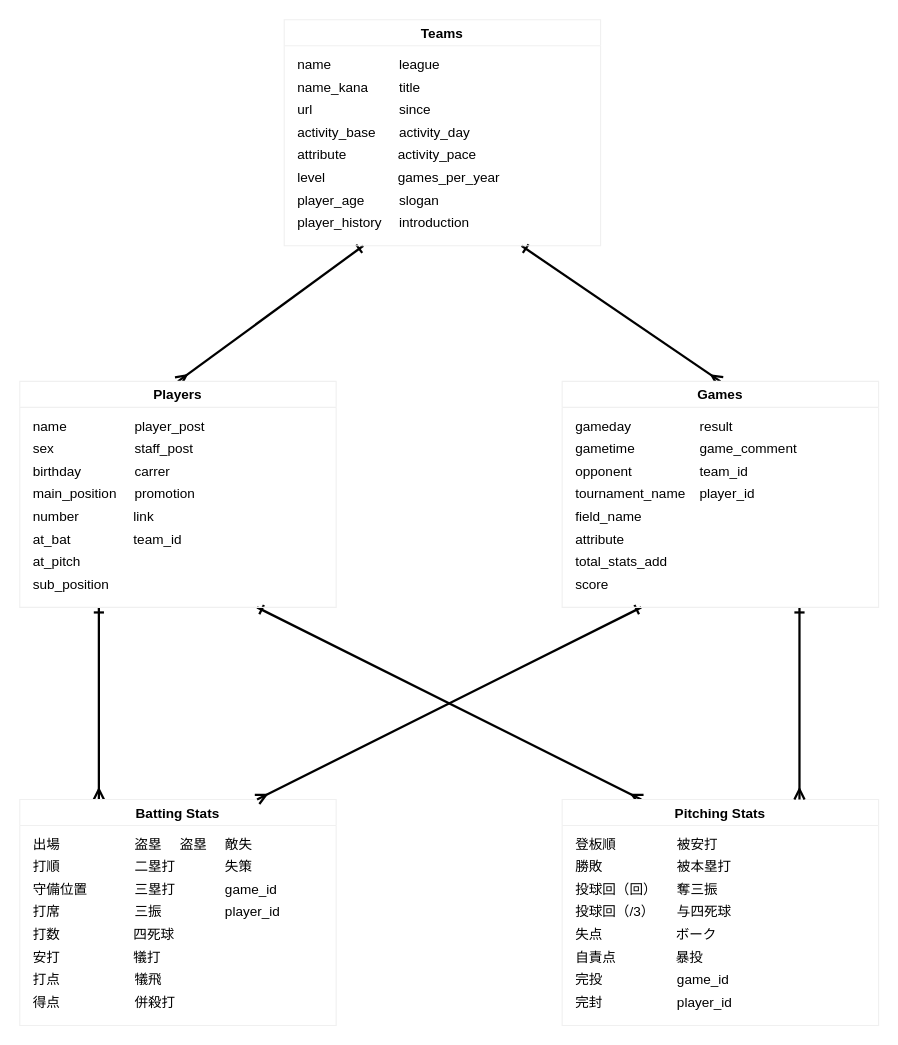
The draw.io diagram er.dio in takahiro-awaji/baseball_players, before the edit. Source tidied: cells renumbered, new cells numbered last; positions are measured from the earlier drawing's top-left corner, leaving out a move shared by most shapes. Both pictures are drawn from the tidied source at 113%, with x=0, y=0 at pixel (19, 19).
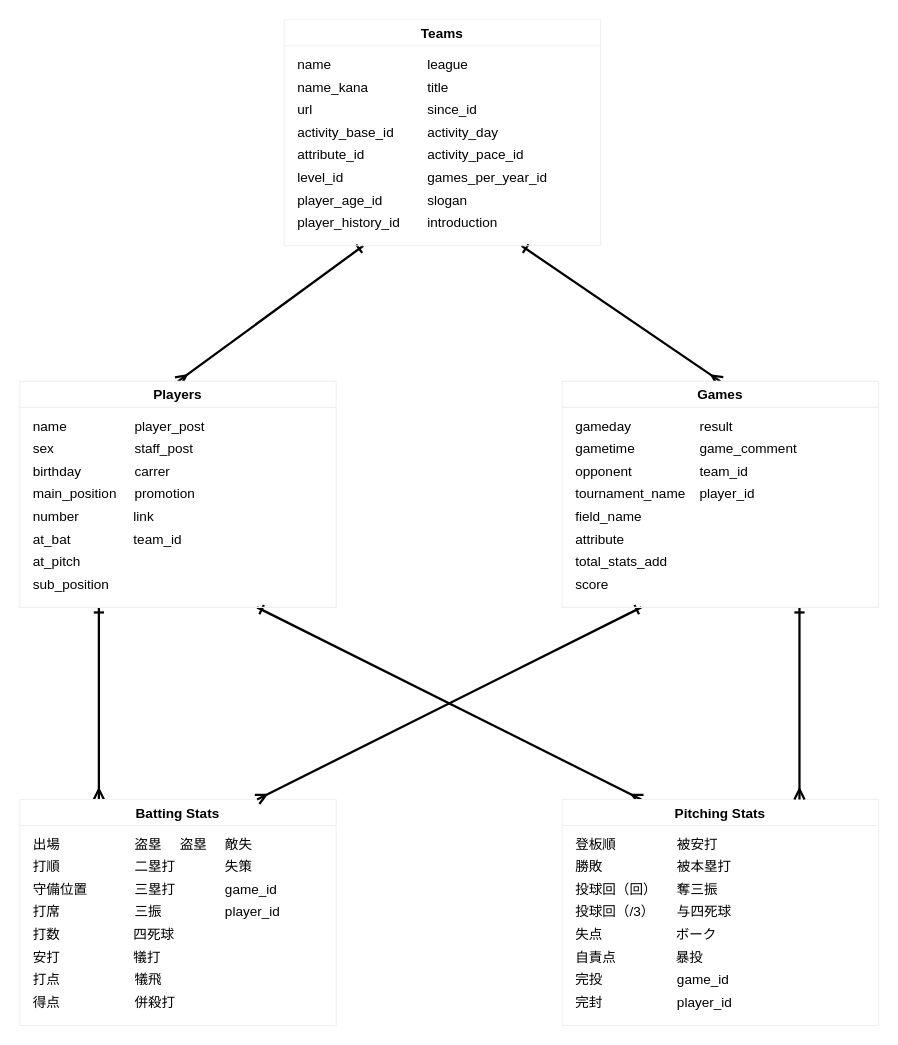
The same page after the edit.

Unchanged cells that the change refers to:
```xml
<mxCell id="4" value="Teams" style="swimlane;labelBackgroundColor=none;strokeColor=#f0f0f0;align=center;" parent="1" vertex="1">
  <mxGeometry x="234" width="280" height="200" as="geometry" />
</mxCell>
```

What changed in the source:
```diff
@@
-    <mxCell id="8" value="level" style="text;html=1;align=left;verticalAlign=middle;" parent="4" vertex="1">
-      <mxGeometry x="10" y="130" width="40" height="20" as="geometry" />
+    <mxCell id="8" value="level_id" style="text;html=1;align=left;verticalAlign=middle;" parent="4" vertex="1">
+      <mxGeometry x="10" y="130" width="60" height="20" as="geometry" />
     </mxCell>
-    <mxCell id="9" value="player_history" style="text;html=1;align=left;verticalAlign=middle;" parent="4" vertex="1">
-      <mxGeometry x="10" y="170" width="90" height="20" as="geometry" />
+    <mxCell id="9" value="player_history_id" style="text;html=1;align=left;verticalAlign=middle;" parent="4" vertex="1">
+      <mxGeometry x="10" y="170" width="110" height="20" as="geometry" />
     </mxCell>
-    <mxCell id="10" value="player_age" style="text;html=1;align=left;verticalAlign=middle;" parent="4" vertex="1">
-      <mxGeometry x="10" y="150" width="70" height="20" as="geometry" />
+    <mxCell id="10" value="player_age_id" style="text;html=1;align=left;verticalAlign=middle;" parent="4" vertex="1">
+      <mxGeometry x="10" y="150" width="90" height="20" as="geometry" />
     </mxCell>
     <mxCell id="11" value="title" style="text;html=1;align=left;verticalAlign=middle;" parent="4" vertex="1">
-      <mxGeometry x="100" y="50" width="30" height="20" as="geometry" />
+      <mxGeometry x="125" y="50" width="30" height="20" as="geometry" />
     </mxCell>
     <mxCell id="12" value="league" style="text;html=1;align=left;verticalAlign=middle;" parent="4" vertex="1">
-      <mxGeometry x="100" y="30" width="50" height="20" as="geometry" />
+      <mxGeometry x="125" y="30" width="50" height="20" as="geometry" />
     </mxCell>
     <mxCell id="13" value="activity_day" style="text;html=1;align=left;verticalAlign=middle;" parent="4" vertex="1">
-      <mxGeometry x="100" y="90" width="80" height="20" as="geometry" />
+      <mxGeometry x="125" y="90" width="80" height="20" as="geometry" />
     </mxCell>
-    <mxCell id="14" value="since" style="text;html=1;align=left;verticalAlign=middle;" parent="4" vertex="1">
-      <mxGeometry x="100" y="70" width="40" height="20" as="geometry" />
+    <mxCell id="14" value="since_id" style="text;html=1;align=left;verticalAlign=middle;" parent="4" vertex="1">
+      <mxGeometry x="125" y="70" width="60" height="20" as="geometry" />
     </mxCell>
-    <mxCell id="15" value="activity_pace" style="text;html=1;align=left;verticalAlign=middle;" parent="4" vertex="1">
-      <mxGeometry x="99" y="110" width="80" height="20" as="geometry" />
+    <mxCell id="15" value="activity_pace_id" style="text;html=1;align=left;verticalAlign=middle;" parent="4" vertex="1">
+      <mxGeometry x="125" y="110" width="100" height="20" as="geometry" />
     </mxCell>
-    <mxCell id="16" value="attribute" style="text;html=1;align=left;verticalAlign=middle;" parent="4" vertex="1">
-      <mxGeometry x="10" y="110" width="60" height="20" as="geometry" />
+    <mxCell id="16" value="attribute_id" style="text;html=1;align=left;verticalAlign=middle;" parent="4" vertex="1">
+      <mxGeometry x="10" y="110" width="70" height="20" as="geometry" />
     </mxCell>
-    <mxCell id="17" value="activity_base" style="text;html=1;align=left;verticalAlign=middle;" parent="4" vertex="1">
-      <mxGeometry x="10" y="90" width="80" height="20" as="geometry" />
+    <mxCell id="17" value="activity_base_id" style="text;html=1;align=left;verticalAlign=middle;" parent="4" vertex="1">
+      <mxGeometry x="10" y="90" width="100" height="20" as="geometry" />
     </mxCell>
     <mxCell id="18" value="introduction" style="text;html=1;align=left;verticalAlign=middle;" parent="4" vertex="1">
-      <mxGeometry x="100" y="170" width="80" height="20" as="geometry" />
+      <mxGeometry x="125" y="170" width="80" height="20" as="geometry" />
     </mxCell>
     <mxCell id="19" value="slogan" style="text;html=1;align=left;verticalAlign=middle;" parent="4" vertex="1">
-      <mxGeometry x="100" y="150" width="50" height="20" as="geometry" />
+      <mxGeometry x="125" y="150" width="50" height="20" as="geometry" />
     </mxCell>
-    <mxCell id="20" value="games_per_year" style="text;html=1;align=left;verticalAlign=middle;" parent="4" vertex="1">
-      <mxGeometry x="99" y="130" width="110" height="20" as="geometry" />
+    <mxCell id="20" value="games_per_year_id" style="text;html=1;align=left;verticalAlign=middle;" parent="4" vertex="1">
+      <mxGeometry x="125" y="130" width="120" height="20" as="geometry" />
     </mxCell>
```
